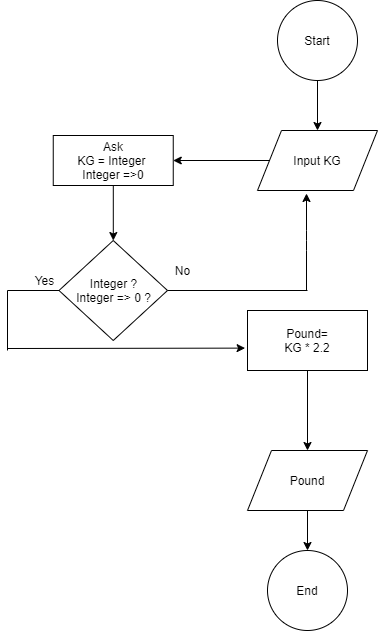
Earlier version of the draw.io export KG to Pound.png (mohammad-shafaei/flowchart). Source tidied: cells renumbered, new cells last; positions are measured from the earlier drawing's top-left corner, leaving out a move shared by most shapes.
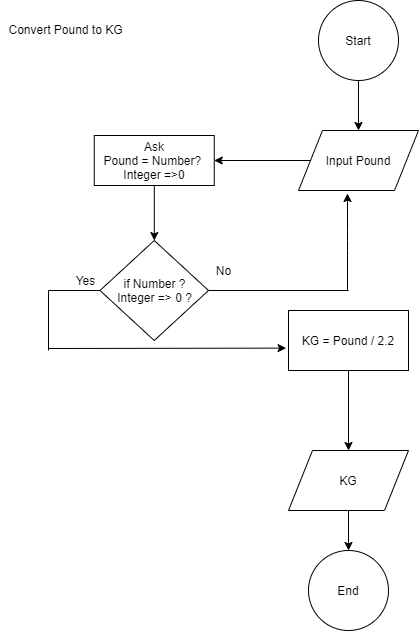
After the change.

Commit message:
Convert Pound to KG

What changed in the source:
```diff
@@ -8,16 +8,16 @@
     <mxCell id="3" style="edgeStyle=orthogonalEdgeStyle;rounded=0;jettySize=auto;html=1;exitX=0;exitY=0.5;exitDx=0;exitDy=0;entryX=1;entryY=0.5;entryDx=0;entryDy=0;" parent="1" edge="1" source="4" target="12">
       <mxGeometry relative="1" as="geometry" />
     </mxCell>
-    <mxCell id="4" value="Input KG" style="shape=parallelogram;perimeter=parallelogramPerimeter;whiteSpace=wrap;html=1;" parent="1" vertex="1">
+    <mxCell id="4" value="Input Pound" style="shape=parallelogram;perimeter=parallelogramPerimeter;whiteSpace=wrap;html=1;" parent="1" vertex="1">
       <mxGeometry x="250" y="130" width="120" height="60" as="geometry" />
     </mxCell>
-    <mxCell id="5" value="Pound=&lt;br&gt;KG * 2.2" style="rounded=0;whiteSpace=wrap;html=1;" parent="1" vertex="1">
+    <mxCell id="5" value="KG = Pound / 2.2" style="rounded=0;whiteSpace=wrap;html=1;" parent="1" vertex="1">
       <mxGeometry x="240" y="310" width="120" height="60" as="geometry" />
     </mxCell>
     <mxCell id="6" style="edgeStyle=orthogonalEdgeStyle;rounded=0;jettySize=auto;html=1;exitX=0.5;exitY=1;exitDx=0;exitDy=0;" parent="1" edge="1" source="7" target="8">
       <mxGeometry relative="1" as="geometry" />
     </mxCell>
-    <mxCell id="7" value="Pound" style="shape=parallelogram;perimeter=parallelogramPerimeter;whiteSpace=wrap;html=1;" parent="1" vertex="1">
+    <mxCell id="7" value="KG" style="shape=parallelogram;perimeter=parallelogramPerimeter;whiteSpace=wrap;html=1;" parent="1" vertex="1">
       <mxGeometry x="240" y="450" width="120" height="60" as="geometry" />
     </mxCell>
     <mxCell id="8" value="End" style="ellipse;whiteSpace=wrap;html=1;" parent="1" vertex="1">
@@ -32,10 +32,10 @@
     <mxCell id="11" style="edgeStyle=orthogonalEdgeStyle;rounded=0;jettySize=auto;html=1;" parent="1" edge="1" source="12" target="13">
       <mxGeometry relative="1" as="geometry" />
     </mxCell>
-    <mxCell id="12" value="Ask&lt;br&gt;KG = Integer&amp;nbsp;&lt;br&gt;Integer =&amp;gt;0" style="rounded=0;whiteSpace=wrap;html=1;" parent="1" vertex="1">
+    <mxCell id="12" value="Ask&lt;br&gt;Pound = Number?&amp;nbsp;&lt;br&gt;Integer =&amp;gt;0" style="rounded=0;whiteSpace=wrap;html=1;" parent="1" vertex="1">
       <mxGeometry x="45.8" y="135" width="120" height="50" as="geometry" />
     </mxCell>
-    <mxCell id="13" value="Integer ?&lt;br&gt;Integer =&amp;gt; 0 ?" style="rhombus;whiteSpace=wrap;html=1;" parent="1" vertex="1">
+    <mxCell id="13" value="if Number ?&lt;br&gt;Integer =&amp;gt; 0 ?" style="rhombus;whiteSpace=wrap;html=1;" parent="1" vertex="1">
       <mxGeometry x="51.5" y="240" width="108.5" height="100" as="geometry" />
     </mxCell>
     <mxCell id="14" value="Yes" style="text;html=1;align=center;verticalAlign=middle;" parent="1" vertex="1">
@@ -74,5 +74,8 @@
     <mxCell id="20" value="No" style="text;html=1;align=center;verticalAlign=middle;" parent="1" vertex="1">
       <mxGeometry x="160" y="260" width="30" height="20" as="geometry" />
     </mxCell>
+    <mxCell id="21" value="Convert Pound to KG" style="text;html=1;align=center;verticalAlign=middle;" parent="1" vertex="1">
+      <mxGeometry x="-48" y="19" width="130" height="20" as="geometry" />
+    </mxCell>
   </root>
 </mxGraphModel>
```
